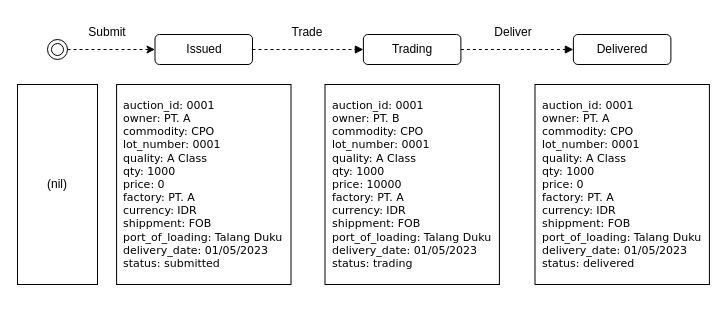
The draw.io diagram State Smart Contract.drawio in ariesharry/Diagrams, before the edit. Source tidied: cells renumbered, new cells numbered last; positions are measured from the earlier drawing's top-left corner, leaving out a move shared by most shapes. Both pictures are drawn from the tidied source at 100%, with x=0, y=0 at pixel (17, 17).
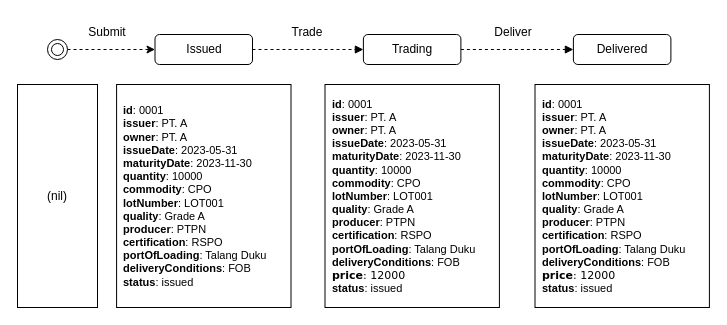
Above is the later version.

Diff of the diagram source:
```diff
@@
 <mxGraphModel>
   <root>
     <mxCell id="0" />
     <mxCell id="1" parent="0" />
     <mxCell id="2" value="Issued" style="rounded=1;whiteSpace=wrap;html=1;" parent="1" vertex="1">
       <mxGeometry x="137.5" y="17" width="97.5" height="30" as="geometry" />
     </mxCell>
     <mxCell id="3" style="edgeStyle=orthogonalEdgeStyle;rounded=0;jettySize=auto;html=1;exitX=1;exitY=0.5;exitDx=0;exitDy=0;entryX=0;entryY=0.5;entryDx=0;entryDy=0;dashed=1;endArrow=block;endFill=1;" parent="1" edge="1" source="2" target="5">
       <mxGeometry relative="1" as="geometry" />
     </mxCell>
     <mxCell id="4" style="edgeStyle=orthogonalEdgeStyle;rounded=0;jettySize=auto;html=1;exitX=1;exitY=0.5;exitDx=0;exitDy=0;dashed=1;endArrow=block;endFill=1;" parent="1" edge="1" source="5" target="6">
       <mxGeometry relative="1" as="geometry" />
     </mxCell>
     <mxCell id="5" value="Trading" style="rounded=1;whiteSpace=wrap;html=1;" parent="1" vertex="1">
       <mxGeometry x="345.9" y="17" width="97.5" height="30" as="geometry" />
     </mxCell>
     <mxCell id="6" value="Delivered" style="rounded=1;whiteSpace=wrap;html=1;" parent="1" vertex="1">
       <mxGeometry x="555.9" y="17" width="97.5" height="30" as="geometry" />
     </mxCell>
     <mxCell id="7" style="edgeStyle=orthogonalEdgeStyle;rounded=0;jettySize=auto;html=1;exitX=1;exitY=0.5;exitDx=0;exitDy=0;dashed=1;" parent="1" edge="1" source="8" target="2">
       <mxGeometry relative="1" as="geometry" />
     </mxCell>
     <mxCell id="8" style="ellipse;shape=doubleEllipse;html=1;dashed=0;whiteSpace=wrap;" parent="1" vertex="1">
       <mxGeometry x="30" y="22" width="20" height="20" as="geometry" />
     </mxCell>
     <mxCell id="9" value="(nil)" style="rounded=0;whiteSpace=wrap;html=1;" parent="1" vertex="1">
-      <mxGeometry y="67" width="80" height="200" as="geometry" />
+      <mxGeometry y="67" width="80" height="223" as="geometry" />
     </mxCell>
-    <mxCell id="10" value="&lt;div style=&quot;font-size: 11px;&quot;&gt;auction_id: 0001&lt;/div&gt;&lt;div style=&quot;font-size: 11px;&quot;&gt;owner: PT. A&lt;/div&gt;&lt;div style=&quot;font-size: 11px;&quot;&gt;commodity: CPO&lt;/div&gt;&lt;div style=&quot;font-size: 11px;&quot;&gt;lot_number: 0001&lt;/div&gt;&lt;div style=&quot;font-size: 11px;&quot;&gt;quality: A Class&lt;/div&gt;&lt;div style=&quot;font-size: 11px;&quot;&gt;qty: 1000&lt;/div&gt;&lt;div style=&quot;font-size: 11px;&quot;&gt;price: 0&lt;/div&gt;&lt;div style=&quot;font-size: 11px;&quot;&gt;factory: PT. A&lt;/div&gt;&lt;div style=&quot;font-size: 11px;&quot;&gt;currency: IDR&lt;/div&gt;&lt;div style=&quot;font-size: 11px;&quot;&gt;shippment: FOB&lt;/div&gt;&lt;div style=&quot;font-size: 11px;&quot;&gt;port_of_loading: Talang Duku&lt;span style=&quot;font-size: 11px;&quot;&gt;&lt;/span&gt;&lt;/div&gt;&lt;div style=&quot;font-size: 11px;&quot;&gt;delivery_date: 01/05/2023&lt;/div&gt;&lt;div style=&quot;font-size: 11px;&quot;&gt;status: submitted&lt;/div&gt;" style="rounded=0;whiteSpace=wrap;html=1;align=left;fontFamily=Verdana;labelBackgroundColor=none;spacingLeft=5;fontSize=11;" parent="1" vertex="1">
-      <mxGeometry x="99.1" y="67" width="174.4" height="200" as="geometry" />
+    <mxCell id="10" value="&lt;div style=&quot;font-size: 11px;&quot;&gt;&lt;font face=&quot;Helvetica&quot;&gt;&lt;b&gt;id&lt;/b&gt;: 0001&lt;/font&gt;&lt;/div&gt;&lt;div style=&quot;&quot;&gt;&lt;font face=&quot;Helvetica&quot;&gt;&lt;b&gt;issuer&lt;/b&gt;: PT. A&lt;br&gt;&lt;/font&gt;&lt;/div&gt;&lt;div style=&quot;font-size: 11px;&quot;&gt;&lt;font face=&quot;Helvetica&quot;&gt;&lt;b&gt;owner&lt;/b&gt;: PT. A&lt;/font&gt;&lt;/div&gt;&lt;div style=&quot;font-size: 11px;&quot;&gt;&lt;div&gt;&lt;font face=&quot;Helvetica&quot;&gt;&lt;b&gt;issueDate&lt;/b&gt;: 2023-05-31&lt;/font&gt;&lt;/div&gt;&lt;div&gt;&lt;span style=&quot;background-color: initial;&quot;&gt;&lt;font face=&quot;Helvetica&quot;&gt;&lt;b&gt;maturityDate&lt;/b&gt;: 2023-11-30&lt;/font&gt;&lt;/span&gt;&lt;/div&gt;&lt;div&gt;&lt;font face=&quot;Helvetica&quot;&gt;&lt;b&gt;quantity&lt;/b&gt;: 10000&lt;/font&gt;&lt;/div&gt;&lt;div&gt;&lt;font face=&quot;Helvetica&quot;&gt;&lt;b&gt;commodity&lt;/b&gt;: CPO&lt;/font&gt;&lt;/div&gt;&lt;div&gt;&lt;font face=&quot;Helvetica&quot;&gt;&lt;b&gt;lotNumber&lt;/b&gt;: LOT001&lt;/font&gt;&lt;/div&gt;&lt;div&gt;&lt;font face=&quot;Helvetica&quot;&gt;&lt;b&gt;quality&lt;/b&gt;: Grade A&lt;/font&gt;&lt;/div&gt;&lt;div&gt;&lt;font face=&quot;Helvetica&quot;&gt;&lt;b&gt;producer&lt;/b&gt;: PTPN&lt;/font&gt;&lt;/div&gt;&lt;div&gt;&lt;font face=&quot;Helvetica&quot;&gt;&lt;b&gt;certification&lt;/b&gt;: RSPO&lt;/font&gt;&lt;/div&gt;&lt;div&gt;&lt;font face=&quot;Helvetica&quot;&gt;&lt;b&gt;portOfLoading&lt;/b&gt;: Talang Duku&lt;/font&gt;&lt;/div&gt;&lt;div&gt;&lt;font face=&quot;Helvetica&quot;&gt;&lt;b&gt;deliveryConditions&lt;/b&gt;: FOB&lt;/font&gt;&lt;/div&gt;&lt;div&gt;&lt;font face=&quot;Helvetica&quot;&gt;&lt;b&gt;status&lt;/b&gt;: issued&lt;/font&gt;&lt;/div&gt;&lt;/div&gt;" style="rounded=0;whiteSpace=wrap;html=1;align=left;fontFamily=Verdana;labelBackgroundColor=none;spacingLeft=5;fontSize=11;spacingTop=0;spacing=2;" parent="1" vertex="1">
+      <mxGeometry x="99.1" y="67" width="174.4" height="223" as="geometry" />
     </mxCell>
-    <mxCell id="11" value="&lt;div style=&quot;font-size: 11px;&quot;&gt;auction_id: 0001&lt;/div&gt;&lt;div style=&quot;font-size: 11px;&quot;&gt;owner: PT. B&lt;/div&gt;&lt;div style=&quot;font-size: 11px;&quot;&gt;commodity: CPO&lt;/div&gt;&lt;div style=&quot;font-size: 11px;&quot;&gt;lot_number: 0001&lt;/div&gt;&lt;div style=&quot;font-size: 11px;&quot;&gt;quality: A Class&lt;/div&gt;&lt;div style=&quot;font-size: 11px;&quot;&gt;qty: 1000&lt;/div&gt;&lt;div style=&quot;font-size: 11px;&quot;&gt;price: 10000&lt;/div&gt;&lt;div style=&quot;font-size: 11px;&quot;&gt;factory: PT. A&lt;/div&gt;&lt;div style=&quot;font-size: 11px;&quot;&gt;currency: IDR&lt;/div&gt;&lt;div style=&quot;font-size: 11px;&quot;&gt;shippment: FOB&lt;/div&gt;&lt;div style=&quot;font-size: 11px;&quot;&gt;port_of_loading: Talang Duku&lt;span style=&quot;font-size: 11px;&quot;&gt;&lt;/span&gt;&lt;/div&gt;&lt;div style=&quot;font-size: 11px;&quot;&gt;delivery_date: 01/05/2023&lt;/div&gt;&lt;div style=&quot;font-size: 11px;&quot;&gt;status: trading&lt;/div&gt;" style="rounded=0;whiteSpace=wrap;html=1;align=left;fontFamily=Verdana;labelBackgroundColor=none;spacingLeft=5;fontSize=11;" parent="1" vertex="1">
-      <mxGeometry x="307.5" y="67" width="174.4" height="200" as="geometry" />
+    <mxCell id="11" value="&lt;div style=&quot;font-size: 11px;&quot;&gt;&lt;div style=&quot;border-color: var(--border-color);&quot;&gt;&lt;font style=&quot;border-color: var(--border-color);&quot; face=&quot;Helvetica&quot;&gt;&lt;b style=&quot;border-color: var(--border-color);&quot;&gt;id&lt;/b&gt;: 0001&lt;/font&gt;&lt;/div&gt;&lt;div style=&quot;border-color: var(--border-color);&quot;&gt;&lt;font style=&quot;border-color: var(--border-color);&quot; face=&quot;Helvetica&quot;&gt;&lt;b style=&quot;border-color: var(--border-color);&quot;&gt;issuer&lt;/b&gt;: PT. A&lt;br style=&quot;border-color: var(--border-color);&quot;&gt;&lt;/font&gt;&lt;/div&gt;&lt;div style=&quot;border-color: var(--border-color);&quot;&gt;&lt;font style=&quot;border-color: var(--border-color);&quot; face=&quot;Helvetica&quot;&gt;&lt;b style=&quot;border-color: var(--border-color);&quot;&gt;owner&lt;/b&gt;: PT. A&lt;/font&gt;&lt;/div&gt;&lt;div style=&quot;border-color: var(--border-color);&quot;&gt;&lt;div style=&quot;border-color: var(--border-color);&quot;&gt;&lt;font style=&quot;border-color: var(--border-color);&quot; face=&quot;Helvetica&quot;&gt;&lt;b style=&quot;border-color: var(--border-color);&quot;&gt;issueDate&lt;/b&gt;: 2023-05-31&lt;/font&gt;&lt;/div&gt;&lt;div style=&quot;border-color: var(--border-color);&quot;&gt;&lt;font style=&quot;border-color: var(--border-color);&quot; face=&quot;Helvetica&quot;&gt;&lt;b style=&quot;border-color: var(--border-color);&quot;&gt;maturityDate&lt;/b&gt;: 2023-11-30&lt;/font&gt;&lt;/div&gt;&lt;div style=&quot;border-color: var(--border-color);&quot;&gt;&lt;font style=&quot;border-color: var(--border-color);&quot; face=&quot;Helvetica&quot;&gt;&lt;b style=&quot;border-color: var(--border-color);&quot;&gt;quantity&lt;/b&gt;: 10000&lt;/font&gt;&lt;/div&gt;&lt;div style=&quot;border-color: var(--border-color);&quot;&gt;&lt;font style=&quot;border-color: var(--border-color);&quot; face=&quot;Helvetica&quot;&gt;&lt;b style=&quot;border-color: var(--border-color);&quot;&gt;commodity&lt;/b&gt;: CPO&lt;/font&gt;&lt;/div&gt;&lt;div style=&quot;border-color: var(--border-color);&quot;&gt;&lt;font style=&quot;border-color: var(--border-color);&quot; face=&quot;Helvetica&quot;&gt;&lt;b style=&quot;border-color: var(--border-color);&quot;&gt;lotNumber&lt;/b&gt;: LOT001&lt;/font&gt;&lt;/div&gt;&lt;div style=&quot;border-color: var(--border-color);&quot;&gt;&lt;font style=&quot;border-color: var(--border-color);&quot; face=&quot;Helvetica&quot;&gt;&lt;b style=&quot;border-color: var(--border-color);&quot;&gt;quality&lt;/b&gt;: Grade A&lt;/font&gt;&lt;/div&gt;&lt;div style=&quot;border-color: var(--border-color);&quot;&gt;&lt;font style=&quot;border-color: var(--border-color);&quot; face=&quot;Helvetica&quot;&gt;&lt;b style=&quot;border-color: var(--border-color);&quot;&gt;producer&lt;/b&gt;: PTPN&lt;/font&gt;&lt;/div&gt;&lt;div style=&quot;border-color: var(--border-color);&quot;&gt;&lt;font style=&quot;border-color: var(--border-color);&quot; face=&quot;Helvetica&quot;&gt;&lt;b style=&quot;border-color: var(--border-color);&quot;&gt;certification&lt;/b&gt;: RSPO&lt;/font&gt;&lt;/div&gt;&lt;div style=&quot;border-color: var(--border-color);&quot;&gt;&lt;font style=&quot;border-color: var(--border-color);&quot; face=&quot;Helvetica&quot;&gt;&lt;b style=&quot;border-color: var(--border-color);&quot;&gt;portOfLoading&lt;/b&gt;: Talang Duku&lt;/font&gt;&lt;/div&gt;&lt;div style=&quot;border-color: var(--border-color);&quot;&gt;&lt;font style=&quot;border-color: var(--border-color);&quot; face=&quot;Helvetica&quot;&gt;&lt;b style=&quot;border-color: var(--border-color);&quot;&gt;deliveryConditions&lt;/b&gt;: FOB&lt;/font&gt;&lt;/div&gt;&lt;div style=&quot;border-color: var(--border-color);&quot;&gt;&lt;b&gt;price&lt;/b&gt;: 12000&lt;/div&gt;&lt;div style=&quot;border-color: var(--border-color);&quot;&gt;&lt;font style=&quot;border-color: var(--border-color);&quot; face=&quot;Helvetica&quot;&gt;&lt;b style=&quot;border-color: var(--border-color);&quot;&gt;status&lt;/b&gt;: issued&lt;/font&gt;&lt;/div&gt;&lt;/div&gt;&lt;/div&gt;" style="rounded=0;whiteSpace=wrap;html=1;align=left;fontFamily=Verdana;labelBackgroundColor=none;spacingLeft=5;fontSize=11;" parent="1" vertex="1">
+      <mxGeometry x="307.5" y="67" width="174.4" height="223" as="geometry" />
     </mxCell>
-    <mxCell id="12" value="&lt;div style=&quot;font-size: 11px;&quot;&gt;auction_id: 0001&lt;/div&gt;&lt;div style=&quot;font-size: 11px;&quot;&gt;owner: PT. A&lt;/div&gt;&lt;div style=&quot;font-size: 11px;&quot;&gt;commodity: CPO&lt;/div&gt;&lt;div style=&quot;font-size: 11px;&quot;&gt;lot_number: 0001&lt;/div&gt;&lt;div style=&quot;font-size: 11px;&quot;&gt;quality: A Class&lt;/div&gt;&lt;div style=&quot;font-size: 11px;&quot;&gt;qty: 1000&lt;/div&gt;&lt;div style=&quot;font-size: 11px;&quot;&gt;price: 0&lt;/div&gt;&lt;div style=&quot;font-size: 11px;&quot;&gt;factory: PT. A&lt;/div&gt;&lt;div style=&quot;font-size: 11px;&quot;&gt;currency: IDR&lt;/div&gt;&lt;div style=&quot;font-size: 11px;&quot;&gt;shippment: FOB&lt;/div&gt;&lt;div style=&quot;font-size: 11px;&quot;&gt;port_of_loading: Talang Duku&lt;span style=&quot;font-size: 11px;&quot;&gt;&lt;/span&gt;&lt;/div&gt;&lt;div style=&quot;font-size: 11px;&quot;&gt;delivery_date: 01/05/2023&lt;/div&gt;&lt;div style=&quot;font-size: 11px;&quot;&gt;status: delivered&lt;/div&gt;" style="rounded=0;whiteSpace=wrap;html=1;align=left;fontFamily=Verdana;labelBackgroundColor=none;spacingLeft=5;fontSize=11;" parent="1" vertex="1">
-      <mxGeometry x="517.5" y="67" width="174.4" height="200" as="geometry" />
+    <mxCell id="12" value="&lt;div style=&quot;font-size: 11px;&quot;&gt;&lt;div style=&quot;border-color: var(--border-color);&quot;&gt;&lt;div style=&quot;border-color: var(--border-color);&quot;&gt;&lt;font style=&quot;border-color: var(--border-color);&quot; face=&quot;Helvetica&quot;&gt;&lt;b style=&quot;border-color: var(--border-color);&quot;&gt;id&lt;/b&gt;: 0001&lt;/font&gt;&lt;/div&gt;&lt;div style=&quot;border-color: var(--border-color);&quot;&gt;&lt;font style=&quot;border-color: var(--border-color);&quot; face=&quot;Helvetica&quot;&gt;&lt;b style=&quot;border-color: var(--border-color);&quot;&gt;issuer&lt;/b&gt;: PT. A&lt;br style=&quot;border-color: var(--border-color);&quot;&gt;&lt;/font&gt;&lt;/div&gt;&lt;div style=&quot;border-color: var(--border-color);&quot;&gt;&lt;font style=&quot;border-color: var(--border-color);&quot; face=&quot;Helvetica&quot;&gt;&lt;b style=&quot;border-color: var(--border-color);&quot;&gt;owner&lt;/b&gt;: PT. A&lt;/font&gt;&lt;/div&gt;&lt;div style=&quot;border-color: var(--border-color);&quot;&gt;&lt;div style=&quot;border-color: var(--border-color);&quot;&gt;&lt;font style=&quot;border-color: var(--border-color);&quot; face=&quot;Helvetica&quot;&gt;&lt;b style=&quot;border-color: var(--border-color);&quot;&gt;issueDate&lt;/b&gt;: 2023-05-31&lt;/font&gt;&lt;/div&gt;&lt;div style=&quot;border-color: var(--border-color);&quot;&gt;&lt;font style=&quot;border-color: var(--border-color);&quot; face=&quot;Helvetica&quot;&gt;&lt;b style=&quot;border-color: var(--border-color);&quot;&gt;maturityDate&lt;/b&gt;: 2023-11-30&lt;/font&gt;&lt;/div&gt;&lt;div style=&quot;border-color: var(--border-color);&quot;&gt;&lt;font style=&quot;border-color: var(--border-color);&quot; face=&quot;Helvetica&quot;&gt;&lt;b style=&quot;border-color: var(--border-color);&quot;&gt;quantity&lt;/b&gt;: 10000&lt;/font&gt;&lt;/div&gt;&lt;div style=&quot;border-color: var(--border-color);&quot;&gt;&lt;font style=&quot;border-color: var(--border-color);&quot; face=&quot;Helvetica&quot;&gt;&lt;b style=&quot;border-color: var(--border-color);&quot;&gt;commodity&lt;/b&gt;: CPO&lt;/font&gt;&lt;/div&gt;&lt;div style=&quot;border-color: var(--border-color);&quot;&gt;&lt;font style=&quot;border-color: var(--border-color);&quot; face=&quot;Helvetica&quot;&gt;&lt;b style=&quot;border-color: var(--border-color);&quot;&gt;lotNumber&lt;/b&gt;: LOT001&lt;/font&gt;&lt;/div&gt;&lt;div style=&quot;border-color: var(--border-color);&quot;&gt;&lt;font style=&quot;border-color: var(--border-color);&quot; face=&quot;Helvetica&quot;&gt;&lt;b style=&quot;border-color: var(--border-color);&quot;&gt;quality&lt;/b&gt;: Grade A&lt;/font&gt;&lt;/div&gt;&lt;div style=&quot;border-color: var(--border-color);&quot;&gt;&lt;font style=&quot;border-color: var(--border-color);&quot; face=&quot;Helvetica&quot;&gt;&lt;b style=&quot;border-color: var(--border-color);&quot;&gt;producer&lt;/b&gt;: PTPN&lt;/font&gt;&lt;/div&gt;&lt;div style=&quot;border-color: var(--border-color);&quot;&gt;&lt;font style=&quot;border-color: var(--border-color);&quot; face=&quot;Helvetica&quot;&gt;&lt;b style=&quot;border-color: var(--border-color);&quot;&gt;certification&lt;/b&gt;: RSPO&lt;/font&gt;&lt;/div&gt;&lt;div style=&quot;border-color: var(--border-color);&quot;&gt;&lt;font style=&quot;border-color: var(--border-color);&quot; face=&quot;Helvetica&quot;&gt;&lt;b style=&quot;border-color: var(--border-color);&quot;&gt;portOfLoading&lt;/b&gt;: Talang Duku&lt;/font&gt;&lt;/div&gt;&lt;div style=&quot;border-color: var(--border-color);&quot;&gt;&lt;font style=&quot;border-color: var(--border-color);&quot; face=&quot;Helvetica&quot;&gt;&lt;b style=&quot;border-color: var(--border-color);&quot;&gt;deliveryConditions&lt;/b&gt;: FOB&lt;/font&gt;&lt;/div&gt;&lt;div style=&quot;border-color: var(--border-color);&quot;&gt;&lt;b style=&quot;border-color: var(--border-color);&quot;&gt;price&lt;/b&gt;: 12000&lt;/div&gt;&lt;div style=&quot;border-color: var(--border-color);&quot;&gt;&lt;font style=&quot;border-color: var(--border-color);&quot; face=&quot;Helvetica&quot;&gt;&lt;b style=&quot;border-color: var(--border-color);&quot;&gt;status&lt;/b&gt;: issued&lt;/font&gt;&lt;/div&gt;&lt;/div&gt;&lt;/div&gt;&lt;/div&gt;" style="rounded=0;whiteSpace=wrap;html=1;align=left;fontFamily=Verdana;labelBackgroundColor=none;spacingLeft=5;fontSize=11;" parent="1" vertex="1">
+      <mxGeometry x="517.5" y="67" width="174.4" height="223" as="geometry" />
     </mxCell>
     <mxCell id="13" value="Submit" style="text;html=1;strokeColor=none;fillColor=none;align=center;verticalAlign=middle;whiteSpace=wrap;rounded=0;" parent="1" vertex="1">
       <mxGeometry x="60" width="60" height="30" as="geometry" />
     </mxCell>
     <mxCell id="14" value="Deliver" style="text;html=1;strokeColor=none;fillColor=none;align=center;verticalAlign=middle;whiteSpace=wrap;rounded=0;" parent="1" vertex="1">
       <mxGeometry x="465.9" width="60" height="30" as="geometry" />
     </mxCell>
     <mxCell id="15" value="Trade" style="text;html=1;strokeColor=none;fillColor=none;align=center;verticalAlign=middle;whiteSpace=wrap;rounded=0;" parent="1" vertex="1">
       <mxGeometry x="260" width="60" height="30" as="geometry" />
     </mxCell>
   </root>
 </mxGraphModel>
```
